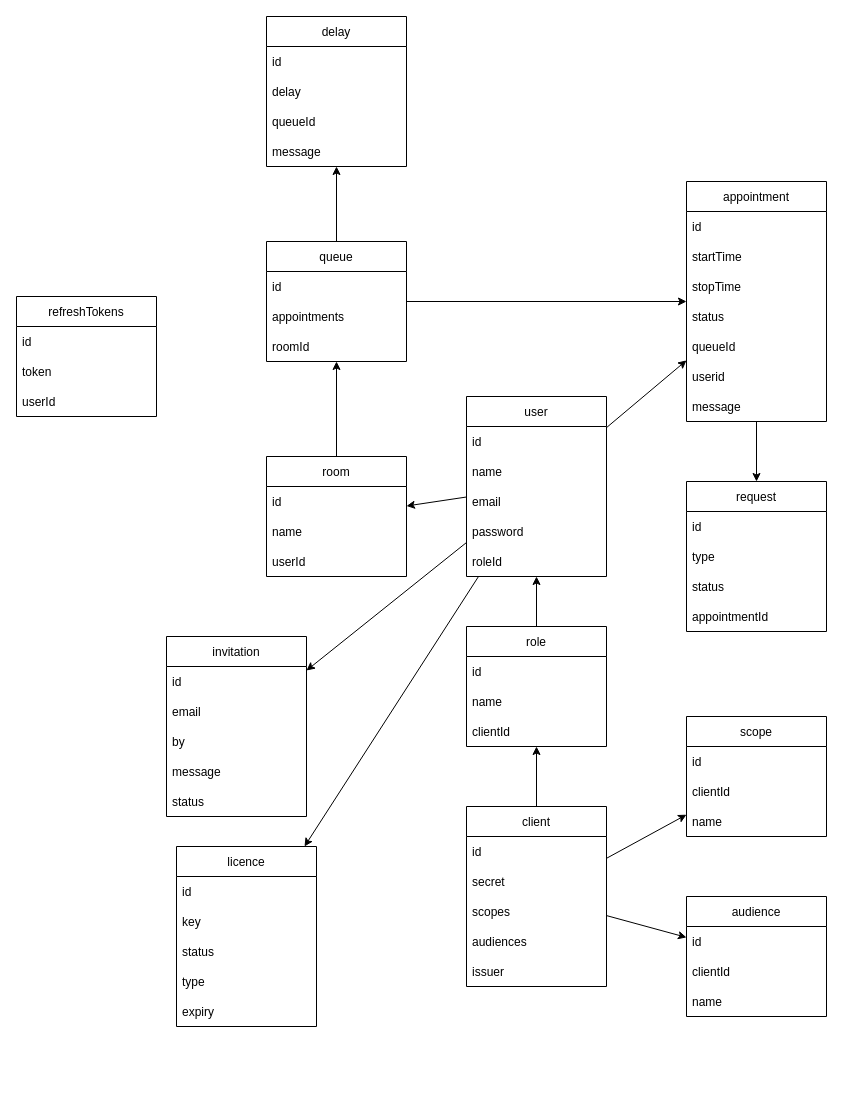
Oglop/Queue keeps this draw.io diagram as __diagrams__/information.drawio. Above is the earlier version. Source tidied: cells renumbered, new cells numbered last; positions are measured from the earlier drawing's top-left corner, leaving out a move shared by most shapes. Both pictures are drawn from the tidied source at 100%, with x=0, y=0 at pixel (16, 16).
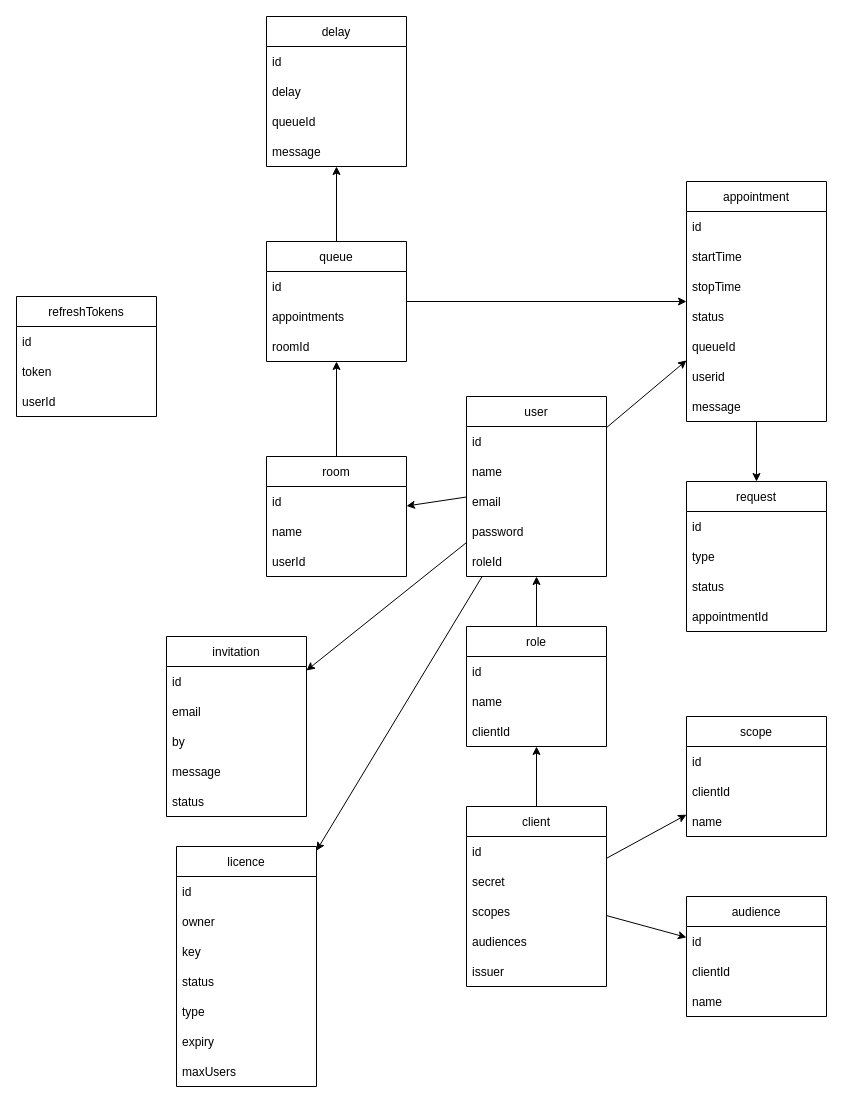
Above is the later version.

Diff of the diagram source:
```diff
@@
     <mxCell id="73" value="licence" style="swimlane;fontStyle=0;horizontal=1;startSize=30;" parent="1" vertex="1">
-      <mxGeometry x="160" y="830" width="140" height="180" as="geometry" />
+      <mxGeometry x="160" y="830" width="140" height="240" as="geometry" />
     </mxCell>
@@
+    <mxCell id="80" value="owner" style="text;strokeColor=none;fillColor=none;align=left;verticalAlign=middle;spacingLeft=4;spacingRight=4;overflow=hidden;" parent="73" vertex="1">
+      <mxGeometry y="60" width="140" height="30" as="geometry" />
+    </mxCell>
     <mxCell id="75" value="key" style="text;strokeColor=none;fillColor=none;align=left;verticalAlign=middle;spacingLeft=4;spacingRight=4;overflow=hidden;" parent="73" vertex="1">
-      <mxGeometry y="60" width="140" height="30" as="geometry" />
+      <mxGeometry y="90" width="140" height="30" as="geometry" />
     </mxCell>
     <mxCell id="76" value="status" style="text;strokeColor=none;fillColor=none;align=left;verticalAlign=middle;spacingLeft=4;spacingRight=4;overflow=hidden;" parent="73" vertex="1">
-      <mxGeometry y="90" width="140" height="30" as="geometry" />
+      <mxGeometry y="120" width="140" height="30" as="geometry" />
     </mxCell>
     <mxCell id="77" value="type" style="text;strokeColor=none;fillColor=none;align=left;verticalAlign=middle;spacingLeft=4;spacingRight=4;overflow=hidden;" parent="73" vertex="1">
-      <mxGeometry y="120" width="140" height="30" as="geometry" />
+      <mxGeometry y="150" width="140" height="30" as="geometry" />
     </mxCell>
     <mxCell id="78" value="expiry" style="text;strokeColor=none;fillColor=none;align=left;verticalAlign=middle;spacingLeft=4;spacingRight=4;overflow=hidden;" parent="73" vertex="1">
-      <mxGeometry y="150" width="140" height="30" as="geometry" />
+      <mxGeometry y="180" width="140" height="30" as="geometry" />
     </mxCell>
+    <mxCell id="81" value="maxUsers" style="text;strokeColor=none;fillColor=none;align=left;verticalAlign=middle;spacingLeft=4;spacingRight=4;overflow=hidden;" parent="73" vertex="1">
+      <mxGeometry y="210" width="140" height="30" as="geometry" />
+    </mxCell>
```
